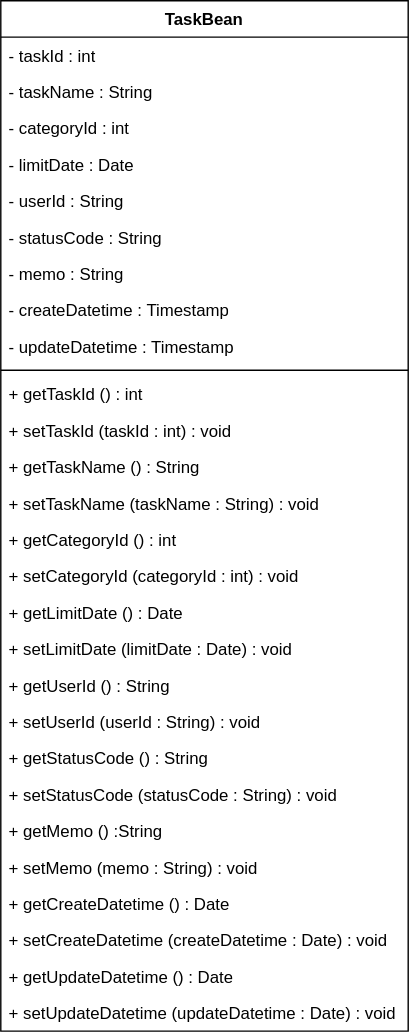
Above: ClassDiagram/taskBean.drawio.svg in comsize-honiden/TaskManager62 (draw.io), before the change. Source tidied: cells renumbered, new cells last; positions are measured from the earlier drawing's top-left corner, leaving out a move shared by most shapes.
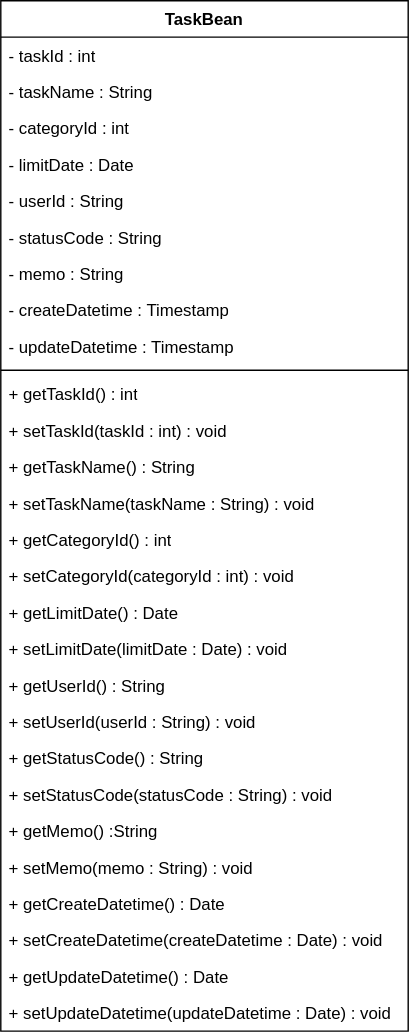
The same diagram one commit later.

What changed in the source:
```diff
@@ -35,59 +35,59 @@
     <mxCell id="12" style="line;strokeWidth=1;fillColor=none;align=left;verticalAlign=middle;spacingTop=-1;spacingLeft=3;spacingRight=3;labelPosition=right;strokeColor=inherit;" parent="2" vertex="1">
       <mxGeometry y="260" width="291" height="8" as="geometry" />
     </mxCell>
-    <mxCell id="13" value="+ getTaskId () : int" style="text;strokeColor=none;fillColor=none;align=left;verticalAlign=top;spacingLeft=4;spacingRight=4;overflow=hidden;whiteSpace=wrap;html=1;" parent="2" vertex="1">
-      <mxGeometry y="268" width="291" height="26" as="geometry" />
-    </mxCell>
-    <mxCell id="14" value="+ setTaskId (taskId : int) : void" style="text;strokeColor=none;fillColor=none;align=left;verticalAlign=top;spacingLeft=4;spacingRight=4;overflow=hidden;whiteSpace=wrap;html=1;" parent="2" vertex="1">
-      <mxGeometry y="294" width="291" height="26" as="geometry" />
-    </mxCell>
-    <mxCell id="15" value="+ getTaskName () : String" style="text;strokeColor=none;fillColor=none;align=left;verticalAlign=top;spacingLeft=4;spacingRight=4;overflow=hidden;whiteSpace=wrap;html=1;" parent="2" vertex="1">
-      <mxGeometry y="320" width="291" height="26" as="geometry" />
-    </mxCell>
-    <mxCell id="16" value="+ setTaskName (taskName : String) : void" style="text;strokeColor=none;fillColor=none;align=left;verticalAlign=top;spacingLeft=4;spacingRight=4;overflow=hidden;whiteSpace=wrap;html=1;" parent="2" vertex="1">
-      <mxGeometry y="346" width="291" height="26" as="geometry" />
-    </mxCell>
-    <mxCell id="17" value="+ getCategoryId () : int" style="text;strokeColor=none;fillColor=none;align=left;verticalAlign=top;spacingLeft=4;spacingRight=4;overflow=hidden;whiteSpace=wrap;html=1;" parent="2" vertex="1">
-      <mxGeometry y="372" width="291" height="26" as="geometry" />
-    </mxCell>
-    <mxCell id="18" value="+ setCategoryId (categoryId : int) : void" style="text;strokeColor=none;fillColor=none;align=left;verticalAlign=top;spacingLeft=4;spacingRight=4;overflow=hidden;whiteSpace=wrap;html=1;" parent="2" vertex="1">
-      <mxGeometry y="398" width="291" height="26" as="geometry" />
-    </mxCell>
-    <mxCell id="19" value="+ getLimitDate () : Date" style="text;strokeColor=none;fillColor=none;align=left;verticalAlign=top;spacingLeft=4;spacingRight=4;overflow=hidden;whiteSpace=wrap;html=1;" parent="2" vertex="1">
-      <mxGeometry y="424" width="291" height="26" as="geometry" />
-    </mxCell>
-    <mxCell id="20" value="+ setLimitDate (limitDate : Date) : void" style="text;strokeColor=none;fillColor=none;align=left;verticalAlign=top;spacingLeft=4;spacingRight=4;overflow=hidden;whiteSpace=wrap;html=1;" parent="2" vertex="1">
-      <mxGeometry y="450" width="291" height="26" as="geometry" />
-    </mxCell>
-    <mxCell id="21" value="+ getUserId () : String" style="text;strokeColor=none;fillColor=none;align=left;verticalAlign=top;spacingLeft=4;spacingRight=4;overflow=hidden;whiteSpace=wrap;html=1;" parent="2" vertex="1">
-      <mxGeometry y="476" width="291" height="26" as="geometry" />
-    </mxCell>
-    <mxCell id="22" value="+ setUserId (userId : String) : void" style="text;strokeColor=none;fillColor=none;align=left;verticalAlign=top;spacingLeft=4;spacingRight=4;overflow=hidden;whiteSpace=wrap;html=1;" parent="2" vertex="1">
-      <mxGeometry y="502" width="291" height="26" as="geometry" />
-    </mxCell>
-    <mxCell id="23" value="+ getStatusCode () : String" style="text;strokeColor=none;fillColor=none;align=left;verticalAlign=top;spacingLeft=4;spacingRight=4;overflow=hidden;whiteSpace=wrap;html=1;" parent="2" vertex="1">
-      <mxGeometry y="528" width="291" height="26" as="geometry" />
-    </mxCell>
-    <mxCell id="24" value="+ setStatusCode (statusCode : String) : void" style="text;strokeColor=none;fillColor=none;align=left;verticalAlign=top;spacingLeft=4;spacingRight=4;overflow=hidden;whiteSpace=wrap;html=1;" parent="2" vertex="1">
-      <mxGeometry y="554" width="291" height="26" as="geometry" />
-    </mxCell>
-    <mxCell id="25" value="+ getMemo () :String" style="text;strokeColor=none;fillColor=none;align=left;verticalAlign=top;spacingLeft=4;spacingRight=4;overflow=hidden;whiteSpace=wrap;html=1;" parent="2" vertex="1">
-      <mxGeometry y="580" width="291" height="26" as="geometry" />
-    </mxCell>
-    <mxCell id="26" value="+ setMemo (memo : String) : void" style="text;strokeColor=none;fillColor=none;align=left;verticalAlign=top;spacingLeft=4;spacingRight=4;overflow=hidden;whiteSpace=wrap;html=1;" parent="2" vertex="1">
-      <mxGeometry y="606" width="291" height="26" as="geometry" />
-    </mxCell>
-    <mxCell id="27" value="+ getCreateDatetime () : Date" style="text;strokeColor=none;fillColor=none;align=left;verticalAlign=top;spacingLeft=4;spacingRight=4;overflow=hidden;whiteSpace=wrap;html=1;" parent="2" vertex="1">
-      <mxGeometry y="632" width="291" height="26" as="geometry" />
-    </mxCell>
-    <mxCell id="28" value="+ setCreateDatetime (createDatetime : Date) : void" style="text;strokeColor=none;fillColor=none;align=left;verticalAlign=top;spacingLeft=4;spacingRight=4;overflow=hidden;whiteSpace=wrap;html=1;" parent="2" vertex="1">
-      <mxGeometry y="658" width="291" height="26" as="geometry" />
-    </mxCell>
-    <mxCell id="29" value="+ getUpdateDatetime () : Date" style="text;strokeColor=none;fillColor=none;align=left;verticalAlign=top;spacingLeft=4;spacingRight=4;overflow=hidden;whiteSpace=wrap;html=1;" parent="2" vertex="1">
-      <mxGeometry y="684" width="291" height="26" as="geometry" />
-    </mxCell>
-    <mxCell id="30" value="+ setUpdateDatetime (updateDatetime : Date) : void" style="text;strokeColor=none;fillColor=none;align=left;verticalAlign=top;spacingLeft=4;spacingRight=4;overflow=hidden;whiteSpace=wrap;html=1;" parent="2" vertex="1">
-      <mxGeometry y="710" width="291" height="26" as="geometry" />
-    </mxCell>
+    <mxCell id="31" value="+ getTaskId() : int" style="text;strokeColor=none;fillColor=none;align=left;verticalAlign=top;spacingLeft=4;spacingRight=4;overflow=hidden;whiteSpace=wrap;html=1;" parent="2" vertex="1">
+      <mxGeometry y="268" width="291" height="26" as="geometry" />
+    </mxCell>
+    <mxCell id="32" value="+ setTaskId(taskId : int) : void" style="text;strokeColor=none;fillColor=none;align=left;verticalAlign=top;spacingLeft=4;spacingRight=4;overflow=hidden;whiteSpace=wrap;html=1;" parent="2" vertex="1">
+      <mxGeometry y="294" width="291" height="26" as="geometry" />
+    </mxCell>
+    <mxCell id="33" value="+ getTaskName() : String" style="text;strokeColor=none;fillColor=none;align=left;verticalAlign=top;spacingLeft=4;spacingRight=4;overflow=hidden;whiteSpace=wrap;html=1;" parent="2" vertex="1">
+      <mxGeometry y="320" width="291" height="26" as="geometry" />
+    </mxCell>
+    <mxCell id="34" value="+ setTaskName(taskName : String) : void" style="text;strokeColor=none;fillColor=none;align=left;verticalAlign=top;spacingLeft=4;spacingRight=4;overflow=hidden;whiteSpace=wrap;html=1;" parent="2" vertex="1">
+      <mxGeometry y="346" width="291" height="26" as="geometry" />
+    </mxCell>
+    <mxCell id="35" value="+ getCategoryId() : int" style="text;strokeColor=none;fillColor=none;align=left;verticalAlign=top;spacingLeft=4;spacingRight=4;overflow=hidden;whiteSpace=wrap;html=1;" parent="2" vertex="1">
+      <mxGeometry y="372" width="291" height="26" as="geometry" />
+    </mxCell>
+    <mxCell id="36" value="+ setCategoryId(categoryId : int) : void" style="text;strokeColor=none;fillColor=none;align=left;verticalAlign=top;spacingLeft=4;spacingRight=4;overflow=hidden;whiteSpace=wrap;html=1;" parent="2" vertex="1">
+      <mxGeometry y="398" width="291" height="26" as="geometry" />
+    </mxCell>
+    <mxCell id="37" value="+ getLimitDate() : Date" style="text;strokeColor=none;fillColor=none;align=left;verticalAlign=top;spacingLeft=4;spacingRight=4;overflow=hidden;whiteSpace=wrap;html=1;" parent="2" vertex="1">
+      <mxGeometry y="424" width="291" height="26" as="geometry" />
+    </mxCell>
+    <mxCell id="38" value="+ setLimitDate(limitDate : Date) : void" style="text;strokeColor=none;fillColor=none;align=left;verticalAlign=top;spacingLeft=4;spacingRight=4;overflow=hidden;whiteSpace=wrap;html=1;" parent="2" vertex="1">
+      <mxGeometry y="450" width="291" height="26" as="geometry" />
+    </mxCell>
+    <mxCell id="39" value="+ getUserId() : String" style="text;strokeColor=none;fillColor=none;align=left;verticalAlign=top;spacingLeft=4;spacingRight=4;overflow=hidden;whiteSpace=wrap;html=1;" parent="2" vertex="1">
+      <mxGeometry y="476" width="291" height="26" as="geometry" />
+    </mxCell>
+    <mxCell id="40" value="+ setUserId(userId : String) : void" style="text;strokeColor=none;fillColor=none;align=left;verticalAlign=top;spacingLeft=4;spacingRight=4;overflow=hidden;whiteSpace=wrap;html=1;" parent="2" vertex="1">
+      <mxGeometry y="502" width="291" height="26" as="geometry" />
+    </mxCell>
+    <mxCell id="41" value="+ getStatusCode() : String" style="text;strokeColor=none;fillColor=none;align=left;verticalAlign=top;spacingLeft=4;spacingRight=4;overflow=hidden;whiteSpace=wrap;html=1;" parent="2" vertex="1">
+      <mxGeometry y="528" width="291" height="26" as="geometry" />
+    </mxCell>
+    <mxCell id="42" value="+ setStatusCode(statusCode : String) : void" style="text;strokeColor=none;fillColor=none;align=left;verticalAlign=top;spacingLeft=4;spacingRight=4;overflow=hidden;whiteSpace=wrap;html=1;" parent="2" vertex="1">
+      <mxGeometry y="554" width="291" height="26" as="geometry" />
+    </mxCell>
+    <mxCell id="43" value="+ getMemo() :String" style="text;strokeColor=none;fillColor=none;align=left;verticalAlign=top;spacingLeft=4;spacingRight=4;overflow=hidden;whiteSpace=wrap;html=1;" parent="2" vertex="1">
+      <mxGeometry y="580" width="291" height="26" as="geometry" />
+    </mxCell>
+    <mxCell id="44" value="+ setMemo(memo : String) : void" style="text;strokeColor=none;fillColor=none;align=left;verticalAlign=top;spacingLeft=4;spacingRight=4;overflow=hidden;whiteSpace=wrap;html=1;" parent="2" vertex="1">
+      <mxGeometry y="606" width="291" height="26" as="geometry" />
+    </mxCell>
+    <mxCell id="45" value="+ getCreateDatetime() : Date" style="text;strokeColor=none;fillColor=none;align=left;verticalAlign=top;spacingLeft=4;spacingRight=4;overflow=hidden;whiteSpace=wrap;html=1;" parent="2" vertex="1">
+      <mxGeometry y="632" width="291" height="26" as="geometry" />
+    </mxCell>
+    <mxCell id="46" value="+ setCreateDatetime(createDatetime : Date) : void" style="text;strokeColor=none;fillColor=none;align=left;verticalAlign=top;spacingLeft=4;spacingRight=4;overflow=hidden;whiteSpace=wrap;html=1;" parent="2" vertex="1">
+      <mxGeometry y="658" width="291" height="26" as="geometry" />
+    </mxCell>
+    <mxCell id="47" value="+ getUpdateDatetime() : Date" style="text;strokeColor=none;fillColor=none;align=left;verticalAlign=top;spacingLeft=4;spacingRight=4;overflow=hidden;whiteSpace=wrap;html=1;" parent="2" vertex="1">
+      <mxGeometry y="684" width="291" height="26" as="geometry" />
+    </mxCell>
+    <mxCell id="48" value="+ setUpdateDatetime(updateDatetime : Date) : void" style="text;strokeColor=none;fillColor=none;align=left;verticalAlign=top;spacingLeft=4;spacingRight=4;overflow=hidden;whiteSpace=wrap;html=1;" parent="2" vertex="1">
+      <mxGeometry y="710" width="291" height="26" as="geometry" />
+    </mxCell>
   </root>
 </mxGraphModel>
```
